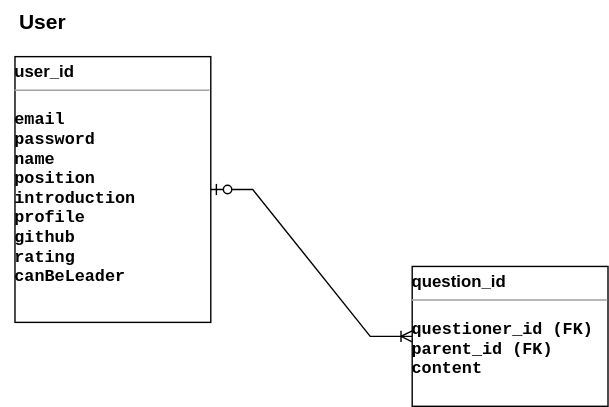
Before: Table_diagram.drawio.svg, a diagram exported from draw.io (zelo0/cruit). Source tidied: cells renumbered, new cells last; positions are measured from the earlier drawing's top-left corner, leaving out a move shared by most shapes. Source of this version:
```xml
<mxGraphModel>
  <root>
    <mxCell id="0" />
    <mxCell id="1" parent="0" />
    <mxCell id="2" value="&lt;p style=&quot;margin: 4px 0px 0px&quot;&gt;&lt;b&gt;user_id&lt;/b&gt;&lt;/p&gt;&lt;hr size=&quot;1&quot;&gt;&lt;p&gt;&lt;/p&gt;&lt;pre style=&quot;height: 2px ; line-height: 1.5&quot;&gt;&lt;b&gt;email&lt;/b&gt;&lt;/pre&gt;&lt;pre style=&quot;height: 2px ; line-height: 1.5&quot;&gt;&lt;b&gt;password&lt;/b&gt;&lt;/pre&gt;&lt;pre style=&quot;height: 2px ; line-height: 1.5&quot;&gt;&lt;b&gt;name&lt;/b&gt;&lt;/pre&gt;&lt;pre style=&quot;height: 2px ; line-height: 1.5&quot;&gt;&lt;b&gt;position&lt;/b&gt;&lt;/pre&gt;&lt;pre style=&quot;height: 2px ; line-height: 1.5&quot;&gt;&lt;b&gt;introduction&lt;/b&gt;&lt;/pre&gt;&lt;pre style=&quot;height: 2px ; line-height: 1.5&quot;&gt;&lt;b&gt;profile&lt;/b&gt;&lt;/pre&gt;&lt;pre style=&quot;height: 2px ; line-height: 1.5&quot;&gt;&lt;b&gt;github&lt;/b&gt;&lt;/pre&gt;&lt;pre style=&quot;height: 2px ; line-height: 1.5&quot;&gt;&lt;b&gt;rating&lt;/b&gt;&lt;/pre&gt;&lt;pre style=&quot;height: 2px ; line-height: 1.5&quot;&gt;&lt;b&gt;canBeLeader&lt;/b&gt;&lt;/pre&gt;&lt;p&gt;&lt;/p&gt;" style="verticalAlign=top;align=left;overflow=fill;fontSize=12;fontFamily=Helvetica;html=1;" parent="1" vertex="1">
      <mxGeometry x="10" y="40" width="140" height="190" as="geometry" />
    </mxCell>
    <mxCell id="3" value="&lt;b&gt;&lt;font style=&quot;font-size: 15px&quot;&gt;User&lt;/font&gt;&lt;/b&gt;" style="text;html=1;strokeColor=none;fillColor=none;align=center;verticalAlign=middle;whiteSpace=wrap;rounded=0;" parent="1" vertex="1">
      <mxGeometry width="60" height="30" as="geometry" />
    </mxCell>
    <mxCell id="4" value="&lt;p style=&quot;margin: 4px 0px 0px&quot;&gt;&lt;b&gt;question_id&lt;/b&gt;&lt;/p&gt;&lt;hr size=&quot;1&quot;&gt;&lt;p&gt;&lt;/p&gt;&lt;pre style=&quot;height: 2px ; line-height: 1.5&quot;&gt;&lt;b&gt;questioner_id (FK)&lt;/b&gt;&lt;/pre&gt;&lt;pre style=&quot;height: 2px ; line-height: 1.5&quot;&gt;&lt;b&gt;parent_id (FK)&lt;/b&gt;&lt;/pre&gt;&lt;pre style=&quot;height: 2px ; line-height: 1.5&quot;&gt;&lt;b&gt;content&lt;/b&gt;&lt;/pre&gt;&lt;p&gt;&lt;/p&gt;" style="verticalAlign=top;align=left;overflow=fill;fontSize=12;fontFamily=Helvetica;html=1;" parent="1" vertex="1">
      <mxGeometry x="294" y="190" width="140" height="100" as="geometry" />
    </mxCell>
    <mxCell id="5" style="edgeStyle=entityRelationEdgeStyle;fontSize=12;html=1;endArrow=ERoneToMany;startArrow=ERzeroToOne;rounded=0;exitX=1;exitY=0.5;exitDx=0;exitDy=0;entryX=0;entryY=0.5;entryDx=0;entryDy=0;" parent="1" edge="1" source="2" target="4">
      <mxGeometry relative="1" as="geometry" />
    </mxCell>
  </root>
</mxGraphModel>
```
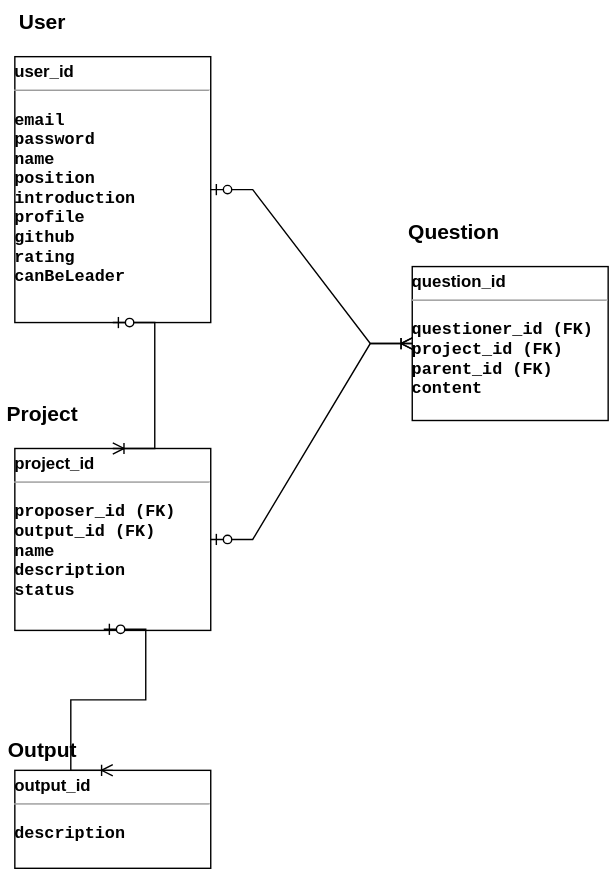
The same diagram one commit later.

The edit, as a diff of the source:
```diff
@@ -8,11 +8,35 @@
     <mxCell id="3" value="&lt;b&gt;&lt;font style=&quot;font-size: 15px&quot;&gt;User&lt;/font&gt;&lt;/b&gt;" style="text;html=1;strokeColor=none;fillColor=none;align=center;verticalAlign=middle;whiteSpace=wrap;rounded=0;" parent="1" vertex="1">
       <mxGeometry width="60" height="30" as="geometry" />
     </mxCell>
-    <mxCell id="4" value="&lt;p style=&quot;margin: 4px 0px 0px&quot;&gt;&lt;b&gt;question_id&lt;/b&gt;&lt;/p&gt;&lt;hr size=&quot;1&quot;&gt;&lt;p&gt;&lt;/p&gt;&lt;pre style=&quot;height: 2px ; line-height: 1.5&quot;&gt;&lt;b&gt;questioner_id (FK)&lt;/b&gt;&lt;/pre&gt;&lt;pre style=&quot;height: 2px ; line-height: 1.5&quot;&gt;&lt;b&gt;parent_id (FK)&lt;/b&gt;&lt;/pre&gt;&lt;pre style=&quot;height: 2px ; line-height: 1.5&quot;&gt;&lt;b&gt;content&lt;/b&gt;&lt;/pre&gt;&lt;p&gt;&lt;/p&gt;" style="verticalAlign=top;align=left;overflow=fill;fontSize=12;fontFamily=Helvetica;html=1;" parent="1" vertex="1">
-      <mxGeometry x="294" y="190" width="140" height="100" as="geometry" />
+    <mxCell id="4" value="&lt;p style=&quot;margin: 4px 0px 0px&quot;&gt;&lt;b&gt;question_id&lt;/b&gt;&lt;/p&gt;&lt;hr size=&quot;1&quot;&gt;&lt;p&gt;&lt;/p&gt;&lt;pre style=&quot;height: 2px ; line-height: 1.5&quot;&gt;&lt;b&gt;questioner_id (FK)&lt;/b&gt;&lt;/pre&gt;&lt;pre style=&quot;height: 2px ; line-height: 1.5&quot;&gt;&lt;b&gt;project_id (FK)&lt;/b&gt;&lt;/pre&gt;&lt;pre style=&quot;height: 2px ; line-height: 1.5&quot;&gt;&lt;b&gt;parent_id (FK)&lt;/b&gt;&lt;/pre&gt;&lt;pre style=&quot;height: 2px ; line-height: 1.5&quot;&gt;&lt;b&gt;content&lt;/b&gt;&lt;/pre&gt;&lt;p&gt;&lt;/p&gt;" style="verticalAlign=top;align=left;overflow=fill;fontSize=12;fontFamily=Helvetica;html=1;" parent="1" vertex="1">
+      <mxGeometry x="294" y="190" width="140" height="110" as="geometry" />
     </mxCell>
     <mxCell id="5" style="edgeStyle=entityRelationEdgeStyle;fontSize=12;html=1;endArrow=ERoneToMany;startArrow=ERzeroToOne;rounded=0;exitX=1;exitY=0.5;exitDx=0;exitDy=0;entryX=0;entryY=0.5;entryDx=0;entryDy=0;" parent="1" edge="1" source="2" target="4">
       <mxGeometry relative="1" as="geometry" />
     </mxCell>
+    <mxCell id="6" value="&lt;b&gt;&lt;font style=&quot;font-size: 15px&quot;&gt;Question&lt;/font&gt;&lt;/b&gt;" style="text;html=1;strokeColor=none;fillColor=none;align=center;verticalAlign=middle;whiteSpace=wrap;rounded=0;" parent="1" vertex="1">
+      <mxGeometry x="294" y="150" width="60" height="30" as="geometry" />
+    </mxCell>
+    <mxCell id="7" value="&lt;p style=&quot;margin: 4px 0px 0px&quot;&gt;&lt;b&gt;project_id&lt;/b&gt;&lt;/p&gt;&lt;hr size=&quot;1&quot;&gt;&lt;p&gt;&lt;/p&gt;&lt;pre style=&quot;height: 2px ; line-height: 1.5&quot;&gt;&lt;b&gt;proposer_id (FK)&lt;/b&gt;&lt;/pre&gt;&lt;pre style=&quot;height: 2px ; line-height: 1.5&quot;&gt;&lt;b&gt;output_id (FK)&lt;/b&gt;&lt;/pre&gt;&lt;pre style=&quot;height: 2px ; line-height: 1.5&quot;&gt;&lt;b&gt;name&lt;/b&gt;&lt;/pre&gt;&lt;pre style=&quot;height: 2px ; line-height: 1.5&quot;&gt;&lt;b&gt;description&lt;/b&gt;&lt;/pre&gt;&lt;pre style=&quot;height: 2px ; line-height: 1.5&quot;&gt;&lt;b&gt;status&lt;/b&gt;&lt;/pre&gt;&lt;pre style=&quot;height: 2px ; line-height: 1.5&quot;&gt;&lt;b&gt;&lt;br&gt;&lt;/b&gt;&lt;/pre&gt;&lt;p&gt;&lt;/p&gt;" style="verticalAlign=top;align=left;overflow=fill;fontSize=12;fontFamily=Helvetica;html=1;" parent="1" vertex="1">
+      <mxGeometry x="10" y="320" width="140" height="130" as="geometry" />
+    </mxCell>
+    <mxCell id="8" value="&lt;span style=&quot;font-size: 15px&quot;&gt;&lt;b&gt;Project&lt;/b&gt;&lt;/span&gt;" style="text;html=1;strokeColor=none;fillColor=none;align=center;verticalAlign=middle;whiteSpace=wrap;rounded=0;" parent="1" vertex="1">
+      <mxGeometry y="280" width="60" height="30" as="geometry" />
+    </mxCell>
+    <mxCell id="9" style="edgeStyle=entityRelationEdgeStyle;fontSize=12;html=1;endArrow=ERoneToMany;startArrow=ERzeroToOne;rounded=0;entryX=0.5;entryY=0;entryDx=0;entryDy=0;exitX=0.5;exitY=1;exitDx=0;exitDy=0;" parent="1" edge="1" source="2" target="7">
+      <mxGeometry relative="1" as="geometry" />
+    </mxCell>
+    <mxCell id="10" value="&lt;p style=&quot;margin: 4px 0px 0px&quot;&gt;&lt;b&gt;output_id&lt;/b&gt;&lt;/p&gt;&lt;hr size=&quot;1&quot;&gt;&lt;p&gt;&lt;/p&gt;&lt;pre style=&quot;height: 2px ; line-height: 1.5&quot;&gt;&lt;b&gt;description&lt;/b&gt;&lt;/pre&gt;&lt;p&gt;&lt;/p&gt;" style="verticalAlign=top;align=left;overflow=fill;fontSize=12;fontFamily=Helvetica;html=1;" parent="1" vertex="1">
+      <mxGeometry x="10" y="550" width="140" height="70" as="geometry" />
+    </mxCell>
+    <mxCell id="11" style="edgeStyle=entityRelationEdgeStyle;fontSize=12;html=1;endArrow=ERoneToMany;startArrow=ERzeroToOne;rounded=0;exitX=0.454;exitY=0.994;exitDx=0;exitDy=0;exitPerimeter=0;entryX=0.5;entryY=0;entryDx=0;entryDy=0;" parent="1" edge="1" source="7" target="10">
+      <mxGeometry relative="1" as="geometry" />
+    </mxCell>
+    <mxCell id="12" value="&lt;b&gt;&lt;font style=&quot;font-size: 15px&quot;&gt;Output&lt;/font&gt;&lt;/b&gt;" style="text;html=1;strokeColor=none;fillColor=none;align=center;verticalAlign=middle;whiteSpace=wrap;rounded=0;" parent="1" vertex="1">
+      <mxGeometry y="520" width="60" height="30" as="geometry" />
+    </mxCell>
+    <mxCell id="13" style="edgeStyle=entityRelationEdgeStyle;fontSize=12;html=1;endArrow=ERoneToMany;startArrow=ERzeroToOne;rounded=0;exitX=1;exitY=0.5;exitDx=0;exitDy=0;entryX=0;entryY=0.5;entryDx=0;entryDy=0;" parent="1" edge="1" source="7" target="4">
+      <mxGeometry relative="1" as="geometry" />
+    </mxCell>
   </root>
 </mxGraphModel>
```
